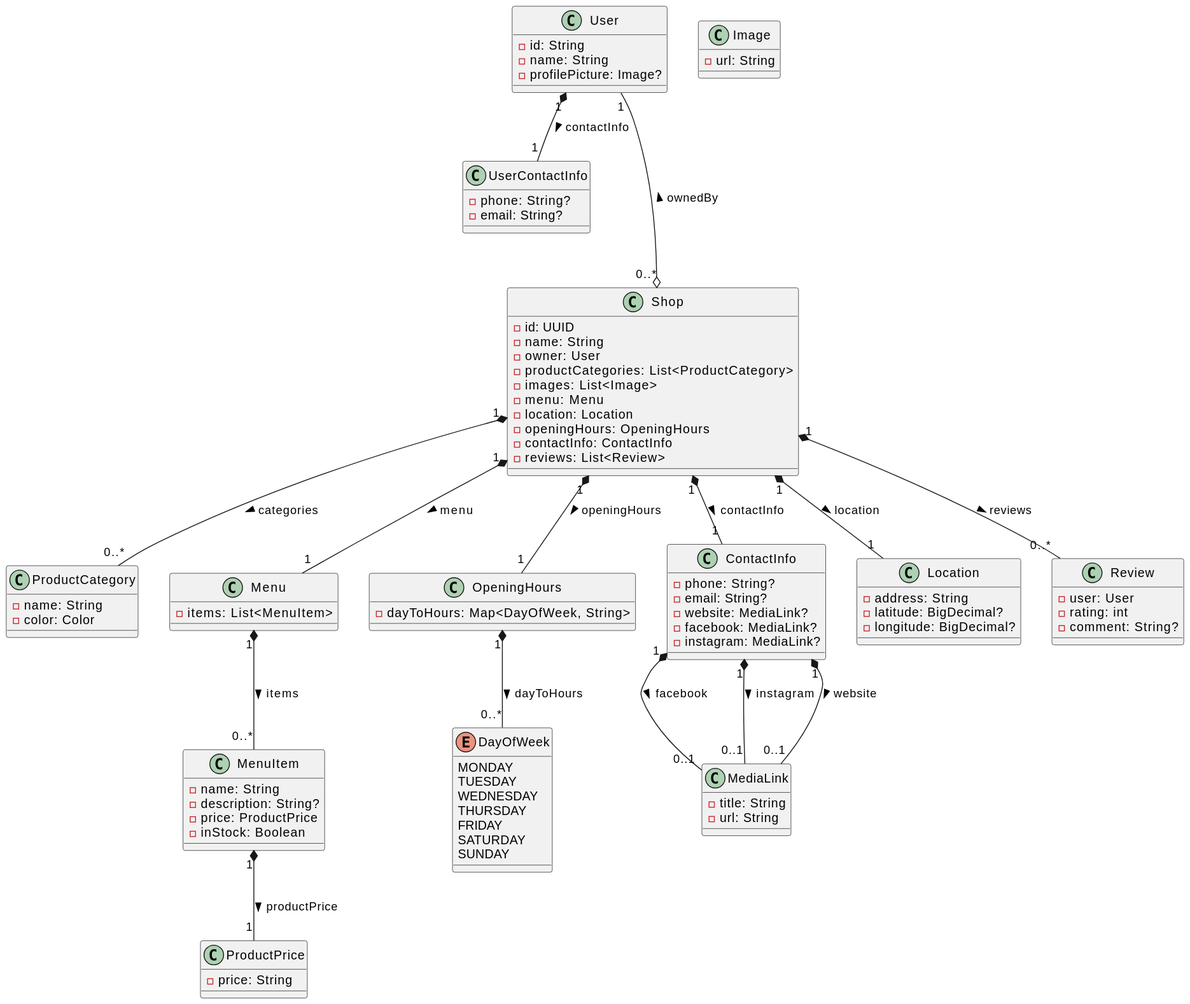
The PlantUML diagram docs/diagram-img/class.svg in tondracek/my-farmer, before a commit.
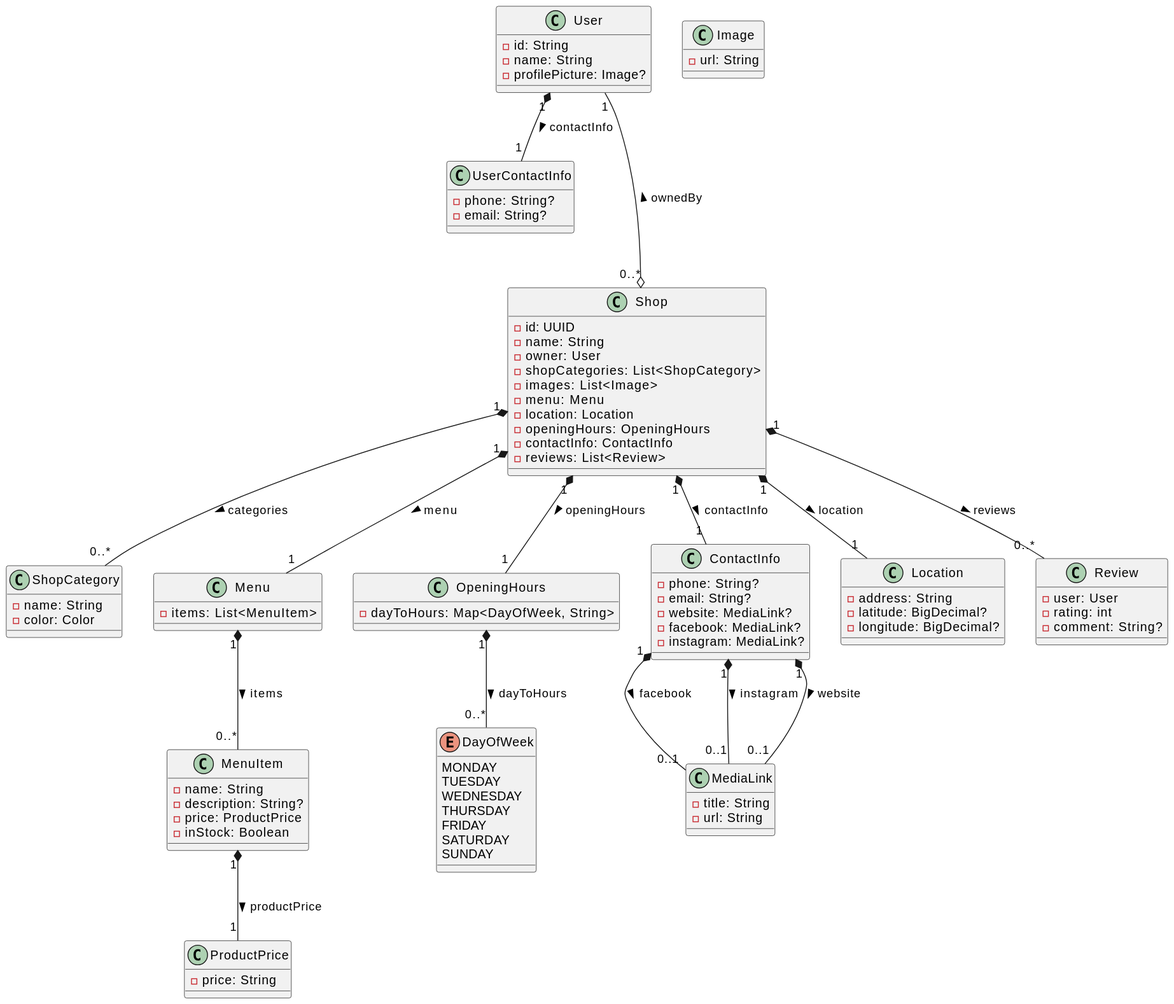
Above is the later version.

Commit message:
🖼️ Auto-update UML diagrams

Diff of the diagram source:
```diff
@@ -20,7 +20,7 @@
     - id: UUID
     - name: String
     - owner: User
-    - productCategories: List<ProductCategory>
+    - shopCategories: List<ShopCategory>
     - images: List<Image>
     - menu: Menu
     - location: Location
@@ -32,12 +32,12 @@
 User "1" ---o "0..*" Shop : ownedBy <
 
 
-class ProductCategory {
+class ShopCategory {
     - name: String
     - color: Color
 }
 
-Shop "1" *-- "0..*" ProductCategory : categories >
+Shop "1" *-- "0..*" ShopCategory : categories >
 
 
 class Menu {
```
